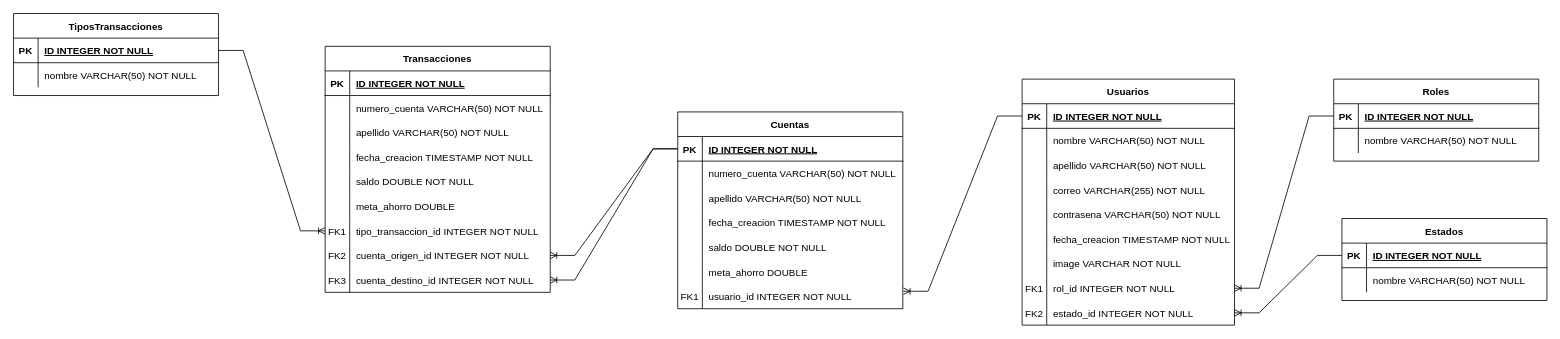
The draw.io diagram proyecto-integrador-banco.drawio in WhitneySt/uml-proyecto-interador, before the edit. Source tidied: cells renumbered, new cells numbered last; positions are measured from the earlier drawing's top-left corner, leaving out a move shared by most shapes. Both pictures are drawn from the tidied source at 82%, with x=0, y=0 at pixel (13, 13).
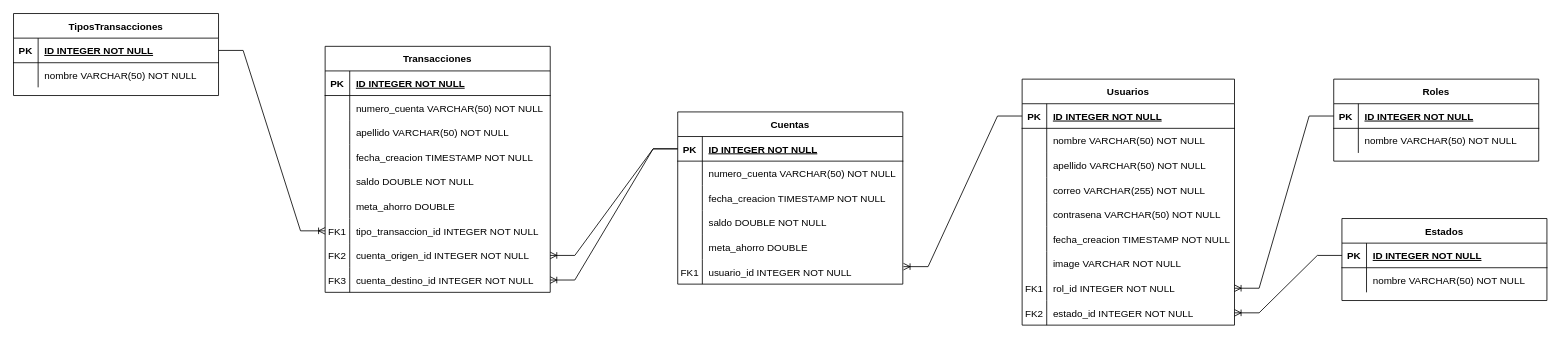
After the change.

The edit, as a diff of the source:
```diff
@@
     <mxCell id="46" value="Cuentas" style="shape=table;startSize=30;childLayout=tableLayout;rowLines=0;fontStyle=1;align=center;" parent="1" vertex="1">
-      <mxGeometry x="810" y="120" width="274.5" height="240" as="geometry" />
+      <mxGeometry x="810" y="120" width="274.5" height="210" as="geometry" />
     </mxCell>
@@
-    <mxCell id="53" style="shape=tableRow;horizontal=0;startSize=0;swimlaneHead=0;swimlaneBody=0;fillColor=none;top=0;left=0;right=0;bottom=0;" parent="46" vertex="1">
-      <mxGeometry y="90" width="274.5" height="30" as="geometry" />
-    </mxCell>
-    <mxCell id="54" style="shape=partialRectangle;fillColor=none;top=0;left=0;bottom=0;right=0;overflow=hidden;" parent="53" vertex="1">
-      <mxGeometry width="30" height="30" as="geometry" />
-    </mxCell>
-    <mxCell id="55" value="apellido VARCHAR(50) NOT NULL" style="shape=partialRectangle;fillColor=none;top=0;left=0;bottom=0;right=0;align=left;spacingLeft=6;overflow=hidden;" parent="53" vertex="1">
-      <mxGeometry x="30" width="244.5" height="30" as="geometry" />
-    </mxCell>
     <mxCell id="56" style="shape=tableRow;horizontal=0;startSize=0;swimlaneHead=0;swimlaneBody=0;fillColor=none;top=0;left=0;right=0;bottom=0;" parent="46" vertex="1">
-      <mxGeometry y="120" width="274.5" height="30" as="geometry" />
+      <mxGeometry y="90" width="274.5" height="30" as="geometry" />
     </mxCell>
@@
     <mxCell id="59" style="shape=tableRow;horizontal=0;startSize=0;swimlaneHead=0;swimlaneBody=0;fillColor=none;top=0;left=0;right=0;bottom=0;" parent="46" vertex="1">
-      <mxGeometry y="150" width="274.5" height="30" as="geometry" />
+      <mxGeometry y="120" width="274.5" height="30" as="geometry" />
     </mxCell>
@@
     <mxCell id="62" style="shape=tableRow;horizontal=0;startSize=0;swimlaneHead=0;swimlaneBody=0;fillColor=none;top=0;left=0;right=0;bottom=0;" parent="46" vertex="1">
-      <mxGeometry y="180" width="274.5" height="30" as="geometry" />
+      <mxGeometry y="150" width="274.5" height="30" as="geometry" />
     </mxCell>
@@
     <mxCell id="65" style="shape=tableRow;horizontal=0;startSize=0;swimlaneHead=0;swimlaneBody=0;fillColor=none;points=[[0,0.5],[1,0.5]];portConstraint=eastwest;top=0;left=0;right=0;bottom=0;" parent="46" vertex="1">
-      <mxGeometry y="210" width="274.5" height="30" as="geometry" />
+      <mxGeometry y="180" width="274.5" height="30" as="geometry" />
     </mxCell>
```
